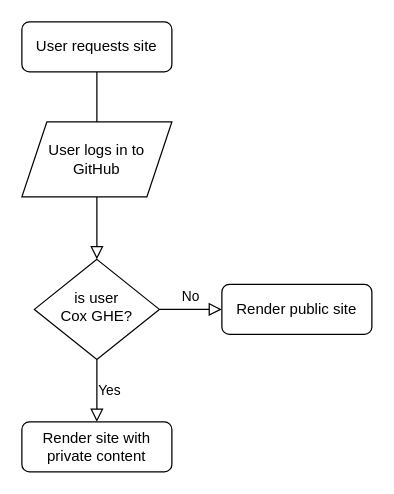
Above: dev-portal-auth.drawio in napotopia/draw.io-diagrams (draw.io), before the change. Source tidied: cells renumbered, new cells numbered last; positions are measured from the earlier drawing's top-left corner, leaving out a move shared by most shapes. Both pictures are drawn from the tidied source at 125%, with x=0, y=0 at pixel (21, 21).
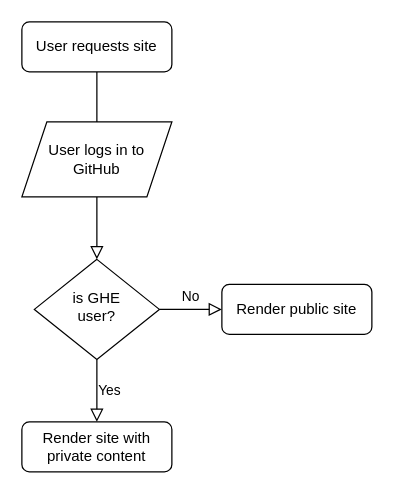
The same diagram, later.

The edit, as a diff of the source:
```diff
@@
 <mxGraphModel>
   <root>
     <mxCell id="0" />
     <mxCell id="1" parent="0" />
     <mxCell id="2" style="rounded=0;html=1;jettySize=auto;fontSize=11;endArrow=block;endFill=0;endSize=8;strokeWidth=1;shadow=0;labelBackgroundColor=none;edgeStyle=orthogonalEdgeStyle;" parent="1" edge="1" source="3" target="5">
       <mxGeometry relative="1" as="geometry" />
     </mxCell>
     <mxCell id="3" value="User requests site" style="rounded=1;whiteSpace=wrap;html=1;fontSize=12;glass=0;strokeWidth=1;shadow=0;" parent="1" vertex="1">
       <mxGeometry width="120" height="40" as="geometry" />
     </mxCell>
     <mxCell id="4" value="No" style="edgeStyle=orthogonalEdgeStyle;rounded=0;html=1;jettySize=auto;fontSize=11;endArrow=block;endFill=0;endSize=8;strokeWidth=1;shadow=0;labelBackgroundColor=none;" parent="1" edge="1" source="5" target="6">
       <mxGeometry y="10" relative="1" as="geometry" />
     </mxCell>
-    <mxCell id="5" value="is user&lt;br&gt;Cox GHE?" style="rhombus;whiteSpace=wrap;html=1;shadow=0;fontFamily=Helvetica;fontSize=12;align=center;strokeWidth=1;spacing=6;spacingTop=-4;" parent="1" vertex="1">
+    <mxCell id="5" value="is GHE&lt;br&gt;user?" style="rhombus;whiteSpace=wrap;html=1;shadow=0;fontFamily=Helvetica;fontSize=12;align=center;strokeWidth=1;spacing=6;spacingTop=-4;" parent="1" vertex="1">
       <mxGeometry x="10" y="190" width="100" height="80" as="geometry" />
     </mxCell>
     <mxCell id="6" value="Render public site" style="rounded=1;whiteSpace=wrap;html=1;fontSize=12;glass=0;strokeWidth=1;shadow=0;" parent="1" vertex="1">
       <mxGeometry x="160" y="210" width="120" height="40" as="geometry" />
     </mxCell>
     <mxCell id="7" value="Render site with&lt;br&gt;private content" style="rounded=1;whiteSpace=wrap;html=1;fontSize=12;glass=0;strokeWidth=1;shadow=0;" parent="1" vertex="1">
       <mxGeometry y="320" width="120" height="40" as="geometry" />
     </mxCell>
     <mxCell id="8" value="User logs in to&lt;br&gt;GitHub" style="shape=parallelogram;perimeter=parallelogramPerimeter;whiteSpace=wrap;html=1;fixedSize=1;" parent="1" vertex="1">
       <mxGeometry y="80" width="120" height="60" as="geometry" />
     </mxCell>
     <mxCell id="9" value="Yes" style="edgeStyle=orthogonalEdgeStyle;rounded=0;html=1;jettySize=auto;fontSize=11;endArrow=block;endFill=0;endSize=8;strokeWidth=1;shadow=0;labelBackgroundColor=none;exitX=0.5;exitY=1;exitDx=0;exitDy=0;entryX=0.5;entryY=0;entryDx=0;entryDy=0;" parent="1" edge="1" source="5" target="7">
       <mxGeometry y="10" relative="1" as="geometry" />
     </mxCell>
   </root>
 </mxGraphModel>
```
